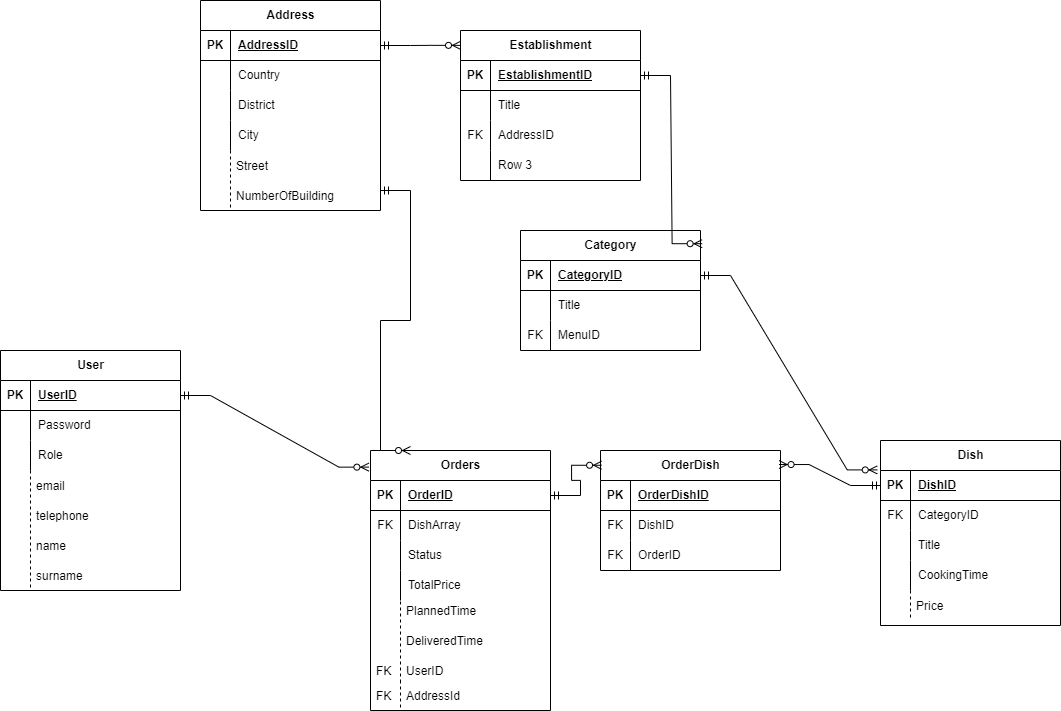
MykytaRudenko/food-delivery keeps this draw.io diagram as FoodDeliveryER.drawio.png. Above is the earlier version. Source tidied: cells renumbered, new cells last; positions are measured from the earlier drawing's top-left corner, leaving out a move shared by most shapes.
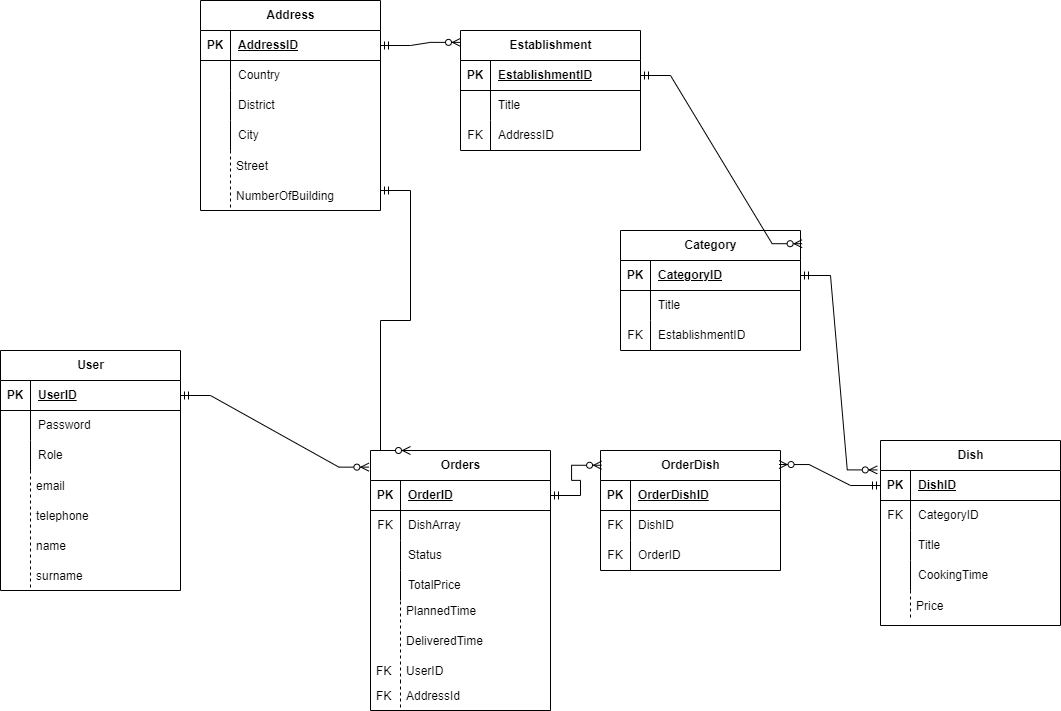
After the change.

What changed in the source:
```diff
@@ -3,7 +3,7 @@
     <mxCell id="0" />
     <mxCell id="1" parent="0" />
     <mxCell id="2" value="Establishment" style="shape=table;startSize=30;rowLines=0;fontStyle=1;align=center;html=1;" parent="1" vertex="1">
-      <mxGeometry x="460" y="100" width="180" height="150" as="geometry" />
+      <mxGeometry x="460" y="100" width="180" height="120" as="geometry" />
     </mxCell>
     <mxCell id="3" style="shape=tableRow;horizontal=0;startSize=0;swimlaneHead=0;swimlaneBody=0;fillColor=none;points=[[0,0.5],[1,0.5]];portConstraint=eastwest;top=0;left=0;right=0;bottom=1;" parent="2" vertex="1">
       <mxGeometry y="30" width="180" height="30" as="geometry" />
@@ -32,15 +32,6 @@
     <mxCell id="11" value="AddressID" style="shape=partialRectangle;fillColor=none;top=0;left=0;bottom=0;right=0;align=left;spacingLeft=6;overflow=hidden;whiteSpace=wrap;html=1;" parent="9" vertex="1">
       <mxGeometry x="30" width="150" height="30" as="geometry" />
     </mxCell>
-    <mxCell id="12" style="shape=tableRow;horizontal=0;startSize=0;swimlaneHead=0;swimlaneBody=0;fillColor=none;top=0;left=0;right=0;bottom=0;" parent="2" vertex="1">
-      <mxGeometry y="120" width="180" height="30" as="geometry" />
-    </mxCell>
-    <mxCell id="13" style="shape=partialRectangle;fillColor=none;top=0;left=0;bottom=0;right=0;overflow=hidden;whiteSpace=wrap;html=1;" parent="12" vertex="1">
-      <mxGeometry width="30" height="30" as="geometry" />
-    </mxCell>
-    <mxCell id="14" value="Row 3" style="shape=partialRectangle;fillColor=none;top=0;left=0;bottom=0;right=0;align=left;spacingLeft=6;overflow=hidden;whiteSpace=wrap;html=1;" parent="12" vertex="1">
-      <mxGeometry x="30" width="150" height="30" as="geometry" />
-    </mxCell>
     <mxCell id="15" value="Address" style="shape=table;startSize=30;rowLines=0;fontStyle=1;align=center;html=1;" parent="1" vertex="1">
       <mxGeometry x="200" y="70" width="180" height="210" as="geometry" />
     </mxCell>
@@ -87,7 +78,7 @@
       <mxGeometry width="30" height="30" as="geometry" />
     </mxCell>
     <mxCell id="30" value="Category" style="shape=table;startSize=30;rowLines=0;fontStyle=1;align=center;html=1;" parent="1" vertex="1">
-      <mxGeometry x="520" y="300" width="180" height="120" as="geometry" />
+      <mxGeometry x="620" y="300" width="180" height="120" as="geometry" />
     </mxCell>
     <mxCell id="31" style="shape=tableRow;horizontal=0;startSize=0;swimlaneHead=0;swimlaneBody=0;fillColor=none;points=[[0,0.5],[1,0.5]];portConstraint=eastwest;top=0;left=0;right=0;bottom=1;" parent="30" vertex="1">
       <mxGeometry y="30" width="180" height="30" as="geometry" />
@@ -113,7 +104,7 @@
     <mxCell id="38" value="FK" style="shape=partialRectangle;fillColor=none;top=0;left=0;bottom=0;right=0;overflow=hidden;whiteSpace=wrap;html=1;" parent="37" vertex="1">
       <mxGeometry width="30" height="30" as="geometry" />
     </mxCell>
-    <mxCell id="39" value="MenuID" style="shape=partialRectangle;fillColor=none;top=0;left=0;bottom=0;right=0;align=left;spacingLeft=6;overflow=hidden;whiteSpace=wrap;html=1;" parent="37" vertex="1">
+    <mxCell id="39" value="EstablishmentID" style="shape=partialRectangle;fillColor=none;top=0;left=0;bottom=0;right=0;align=left;spacingLeft=6;overflow=hidden;whiteSpace=wrap;html=1;" parent="37" vertex="1">
       <mxGeometry x="30" width="150" height="30" as="geometry" />
     </mxCell>
     <mxCell id="40" value="Dish" style="shape=table;startSize=30;rowLines=0;fontStyle=1;align=center;html=1;" parent="1" vertex="1">
```
